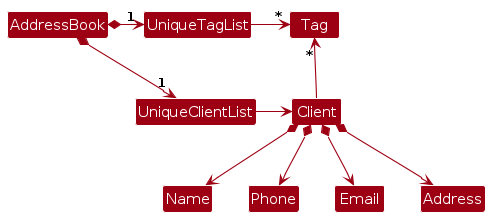
This is diagrams/BetterModelClassDiagram.png from AY2627S1-CS2103T-T14-4/tp, a PlantUML export, as it was before one commit. Its source is kept beside it as diagrams/BetterModelClassDiagram.puml.
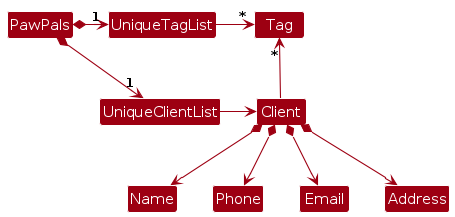
The same file after the commit.

The edit, as a diff of the source:
```diff
@@ -4,8 +4,8 @@
 skinparam arrowColor MODEL_COLOR
 skinparam classBackgroundColor MODEL_COLOR
 
-AddressBook *-right-> "1" UniqueClientList
-AddressBook *-right-> "1" UniqueTagList
+PawPals *-right-> "1" UniqueClientList
+PawPals *-right-> "1" UniqueTagList
 UniqueTagList -[hidden]down- UniqueClientList
 UniqueTagList -[hidden]down- UniqueClientList
 
```
